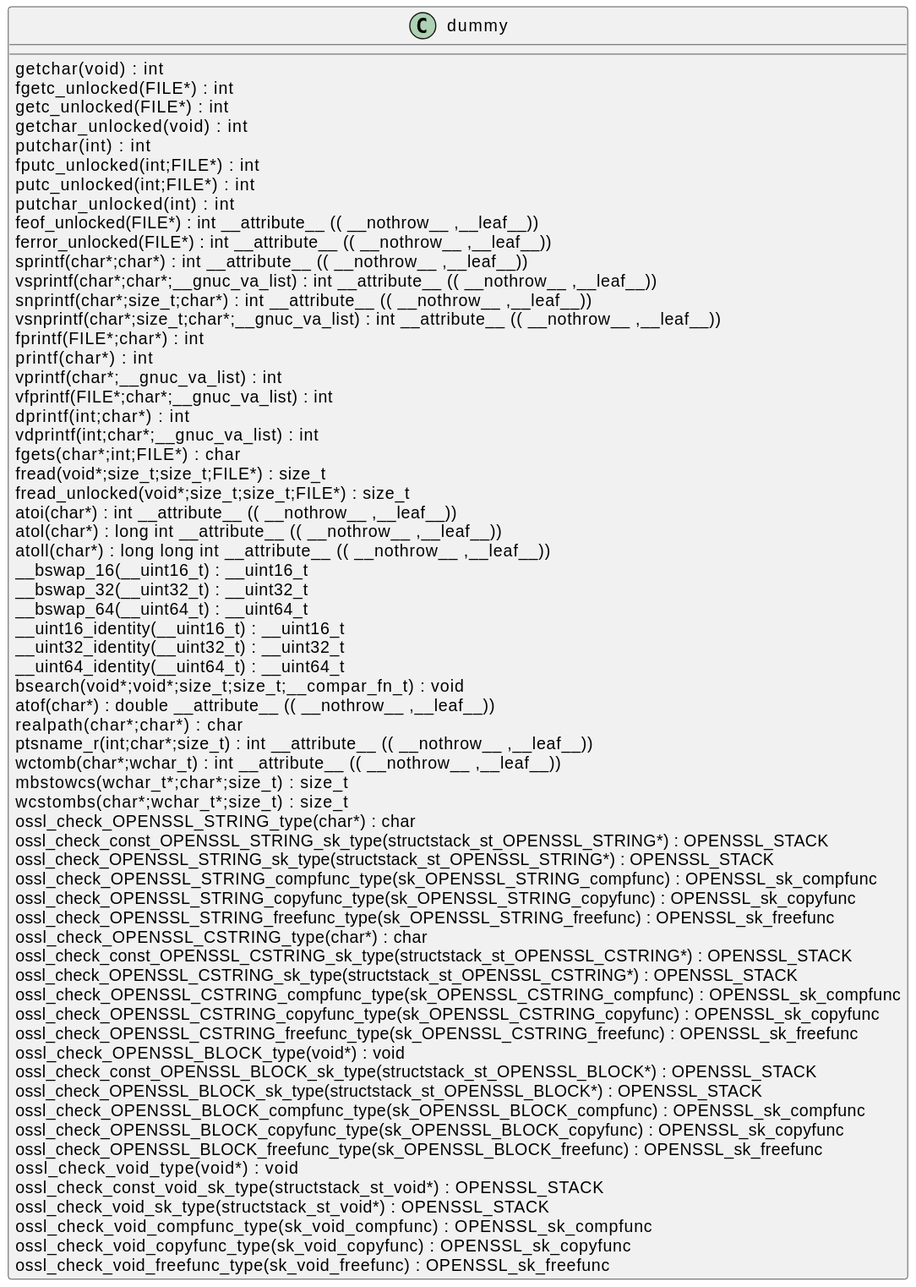
Before: docs/qc/crypto/bio/bf_readbuff.c.svg, a diagram exported from PlantUML (qualitesys/openssl).
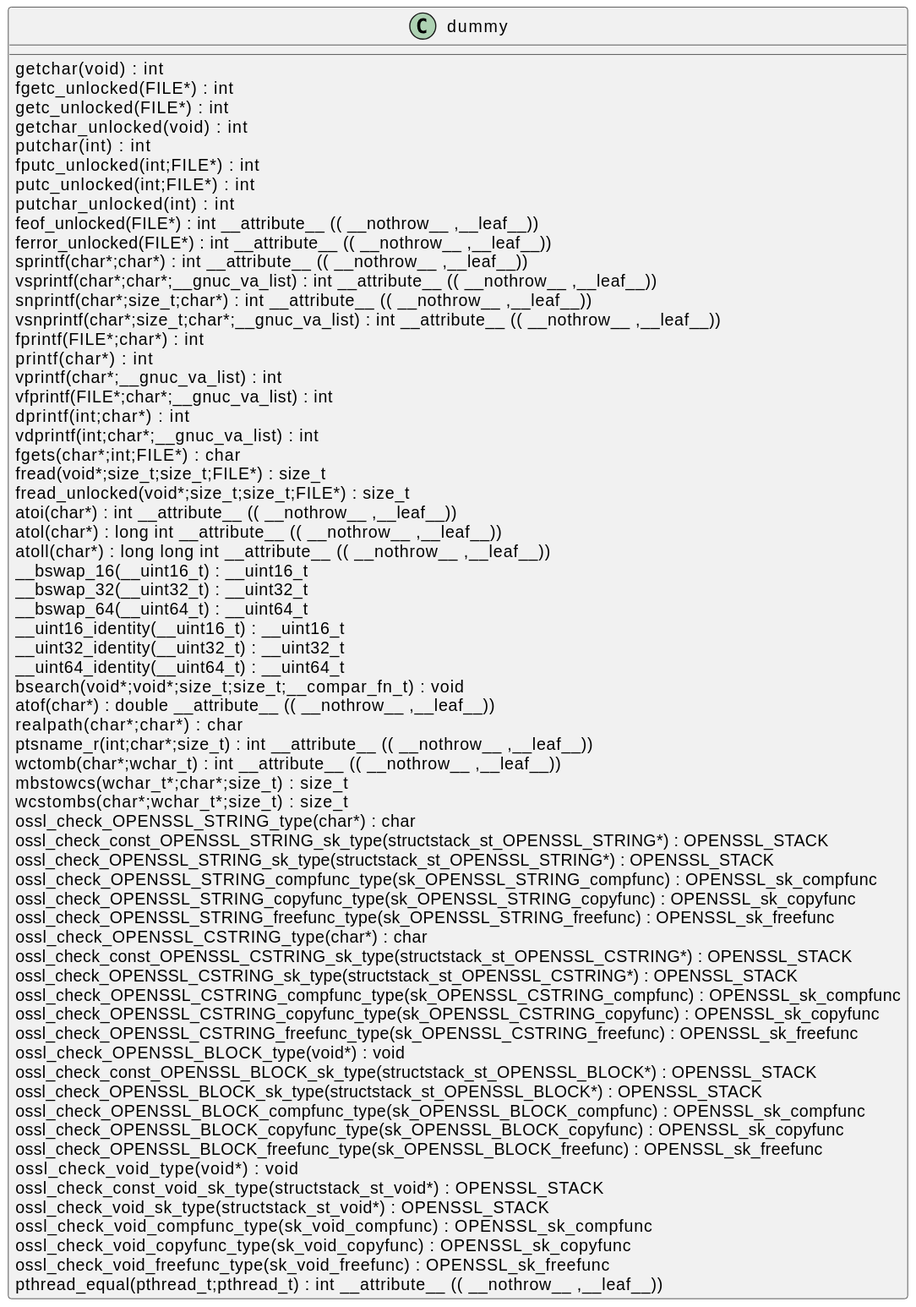
The same file after the commit.

Diff of the diagram source:
```diff
@@ -64,5 +64,6 @@
 ossl_check_void_compfunc_type(sk_void_compfunc) : OPENSSL_sk_compfunc [[[./../../.././qc/crypto/bio/bf_readbuff.c.html#1]]]
 ossl_check_void_copyfunc_type(sk_void_copyfunc) : OPENSSL_sk_copyfunc [[[./../../.././qc/crypto/bio/bf_readbuff.c.html#1]]]
 ossl_check_void_freefunc_type(sk_void_freefunc) : OPENSSL_sk_freefunc [[[./../../.././qc/crypto/bio/bf_readbuff.c.html#1]]]
+pthread_equal(pthread_t;pthread_t) :  int  __attribute__ (( __nothrow__ ,__leaf__)) [[[./../../.././qc/crypto/bio/bf_readbuff.c.html#1]]]
 }
 @enduml
```
